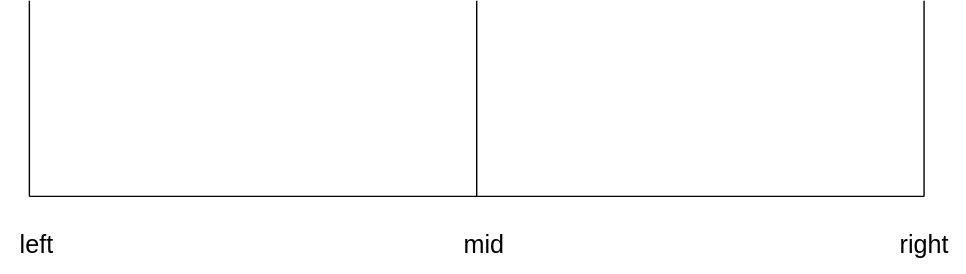
Before: 二分法图.drawio.svg, a diagram exported from draw.io (1286999256/leadnews). Source tidied: cells renumbered, new cells last; positions are measured from the earlier drawing's top-left corner, leaving out a move shared by most shapes.
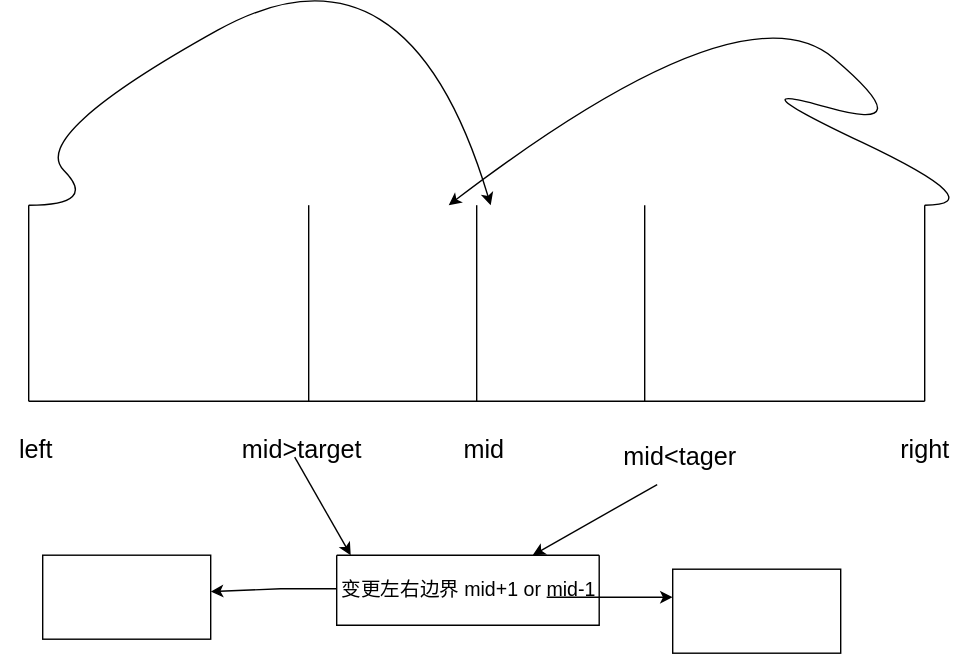
Later version of the same file.

Commit message:
更新二分法图.drawio.svg

The edit, as a diff of the source:
```diff
@@ -41,5 +41,84 @@
     <mxCell id="8" value="&lt;font style=&quot;font-size: 18px;&quot;&gt;mid&lt;/font&gt;" style="text;html=1;align=center;verticalAlign=middle;strokeColor=none;fillColor=none;" parent="1" vertex="1">
       <mxGeometry x="320" y="155" width="50" height="40" as="geometry" />
     </mxCell>
+    <mxCell id="9" style="endArrow=none;html=1;rounded=0;" parent="1" edge="1">
+      <mxGeometry relative="1" as="geometry">
+        <mxPoint x="220" y="140" as="sourcePoint" />
+        <mxPoint x="220" as="targetPoint" />
+      </mxGeometry>
+    </mxCell>
+    <mxCell id="10" value="&lt;font style=&quot;font-size: 18px;&quot;&gt;mid&amp;gt;target&lt;/font&gt;" style="text;html=1;align=center;verticalAlign=middle;strokeColor=none;fillColor=none;" parent="1" vertex="1">
+      <mxGeometry x="160" y="155" width="110" height="40" as="geometry" />
+    </mxCell>
+    <mxCell id="11" style="endArrow=none;html=1;rounded=0;" parent="1" edge="1">
+      <mxGeometry relative="1" as="geometry">
+        <mxPoint x="460" y="140" as="sourcePoint" />
+        <mxPoint x="460" as="targetPoint" />
+      </mxGeometry>
+    </mxCell>
+    <mxCell id="12" value="&lt;font style=&quot;font-size: 18px;&quot;&gt;mid&amp;lt;tager&lt;/font&gt;" style="text;html=1;align=center;verticalAlign=middle;points=[];strokeColor=none;fillColor=none;" parent="1" vertex="1">
+      <mxGeometry x="435" y="160" width="100" height="40" as="geometry" />
+    </mxCell>
+    <mxCell id="13" style="endArrow=classic;html=1;rounded=0;" parent="1" edge="1">
+      <mxGeometry relative="1" as="geometry">
+        <mxPoint x="210" y="180" as="sourcePoint" />
+        <mxPoint x="250" y="250" as="targetPoint" />
+      </mxGeometry>
+    </mxCell>
+    <mxCell id="14" style="endArrow=classic;html=1;rounded=0;exitX=0.339;exitY=0.989;exitDx=0;exitDy=0;exitPerimeter=0;" parent="1" edge="1" source="12">
+      <mxGeometry relative="1" as="geometry">
+        <mxPoint x="380" y="250" as="targetPoint" />
+      </mxGeometry>
+    </mxCell>
+    <mxCell id="15" style="swimlane;startSize=0;" parent="1" vertex="1">
+      <mxGeometry x="240" y="250" width="187.5" height="50" as="geometry" />
+    </mxCell>
+    <mxCell id="16" value="&lt;font style=&quot;font-size: 14px;&quot;&gt;变更左右边界 mid+1 or mid-1&lt;/font&gt;" style="text;html=1;align=center;verticalAlign=middle;strokeColor=none;fillColor=none;" parent="15" vertex="1">
+      <mxGeometry x="-11.2" y="10" width="210" height="30" as="geometry" />
+    </mxCell>
+    <mxCell id="17" style="endArrow=classic;html=1;rounded=0;" parent="1" edge="1">
+      <mxGeometry relative="1" as="geometry">
+        <mxPoint x="240" y="274" as="sourcePoint" />
+        <mxPoint x="150" y="276" as="targetPoint" />
+        <Array as="points">
+          <mxPoint x="200" y="274" />
+        </Array>
+      </mxGeometry>
+    </mxCell>
+    <mxCell id="18" style="endArrow=classic;html=1;rounded=0;exitX=0;exitY=0.75;exitDx=0;exitDy=0;" parent="1" edge="1">
+      <mxGeometry relative="1" as="geometry">
+        <mxPoint x="390" y="280" as="sourcePoint" />
+        <mxPoint x="480" y="280" as="targetPoint" />
+      </mxGeometry>
+    </mxCell>
+    <mxCell id="19" style="curved=1;endArrow=classic;html=1;rounded=0;" parent="1" edge="1">
+      <mxGeometry relative="1" as="geometry">
+        <mxPoint x="20" as="sourcePoint" />
+        <mxPoint x="350" as="targetPoint" />
+        <Array as="points">
+          <mxPoint x="70" />
+          <mxPoint x="20" y="-50" />
+          <mxPoint x="290" y="-200" />
+        </Array>
+      </mxGeometry>
+    </mxCell>
+    <mxCell id="20" style="curved=1;endArrow=classic;html=1;rounded=0;" parent="1" edge="1">
+      <mxGeometry relative="1" as="geometry">
+        <mxPoint x="660" as="sourcePoint" />
+        <mxPoint x="320" as="targetPoint" />
+        <Array as="points">
+          <mxPoint x="710" />
+          <mxPoint x="520" y="-90" />
+          <mxPoint x="660" y="-50" />
+          <mxPoint x="530" y="-160" />
+        </Array>
+      </mxGeometry>
+    </mxCell>
+    <mxCell id="21" style="rounded=0;whiteSpace=wrap;html=1;" parent="1" vertex="1">
+      <mxGeometry x="30" y="250" width="120" height="60" as="geometry" />
+    </mxCell>
+    <mxCell id="22" style="rounded=0;whiteSpace=wrap;html=1;" parent="1" vertex="1">
+      <mxGeometry x="480" y="260" width="120" height="60" as="geometry" />
+    </mxCell>
   </root>
 </mxGraphModel>
```
